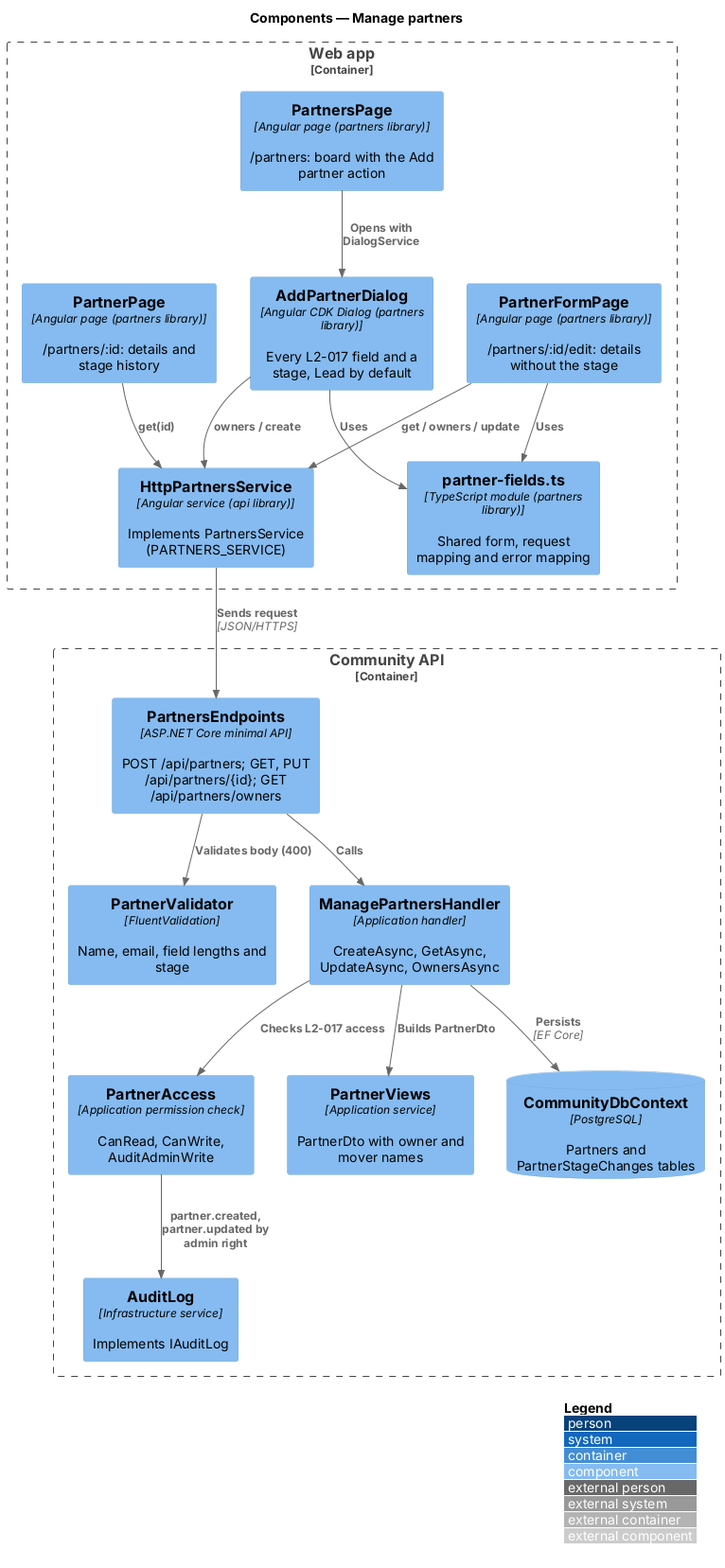
Earlier version of the PlantUML export docs/detailed-designs/partners/manage-partners/diagrams/c4-component.png (QuinntyneBrown/quinntyne-brown). Its diagram source:
```plantuml
@startuml
!include <C4/C4_Component>
LAYOUT_WITH_LEGEND()
title Components — Manage partners
Container_Boundary(web, "Web app") {
  Component(board, "PartnersPage", "Angular page (partners library)", "/partners: board with the Add partner action")
  Component(dlg, "AddPartnerDialog", "Angular CDK Dialog (partners library)", "Every L2-017 field and a stage, Lead by default")
  Component(page, "PartnerPage", "Angular page (partners library)", "/partners/:id: details and stage history")
  Component(form, "PartnerFormPage", "Angular page (partners library)", "/partners/:id/edit: details without the stage")
  Component(fields, "partner-fields.ts", "TypeScript module (partners library)", "Shared form, request mapping and error mapping")
  Component(svc, "HttpPartnersService", "Angular service (api library)", "Implements PartnersService (PARTNERS_SERVICE)")
}
Container_Boundary(api, "Community API") {
  Component(ep, "PartnersEndpoints", "ASP.NET Core minimal API", "POST /api/partners; GET, PUT /api/partners/{id}; GET /api/partners/owners")
  Component(val, "PartnerValidator", "FluentValidation", "Name, email, field lengths and stage")
  Component(h, "ManagePartnersHandler", "Application handler", "CreateAsync, GetAsync, UpdateAsync, OwnersAsync")
  Component(acc, "PartnerAccess", "Application permission check", "CanRead, CanWrite, AuditAdminWrite")
  Component(views, "PartnerViews", "Application service", "PartnerDto with owner and mover names")
  Component(audit, "AuditLog", "Infrastructure service", "Implements IAuditLog")
  ComponentDb(db, "CommunityDbContext", "PostgreSQL", "Partners and PartnerStageChanges tables")
}
Rel(board, dlg, "Opens with DialogService")
Rel(dlg, fields, "Uses")
Rel(form, fields, "Uses")
Rel(dlg, svc, "owners / create")
Rel(page, svc, "get(id)")
Rel(form, svc, "get / owners / update")
Rel(svc, ep, "Sends request", "JSON/HTTPS")
Rel(ep, val, "Validates body (400)")
Rel(ep, h, "Calls")
Rel(h, acc, "Checks L2-017 access")
Rel(h, views, "Builds PartnerDto")
Rel(acc, audit, "partner.created, partner.updated by admin right")
Rel(h, db, "Persists", "EF Core")
@enduml
```
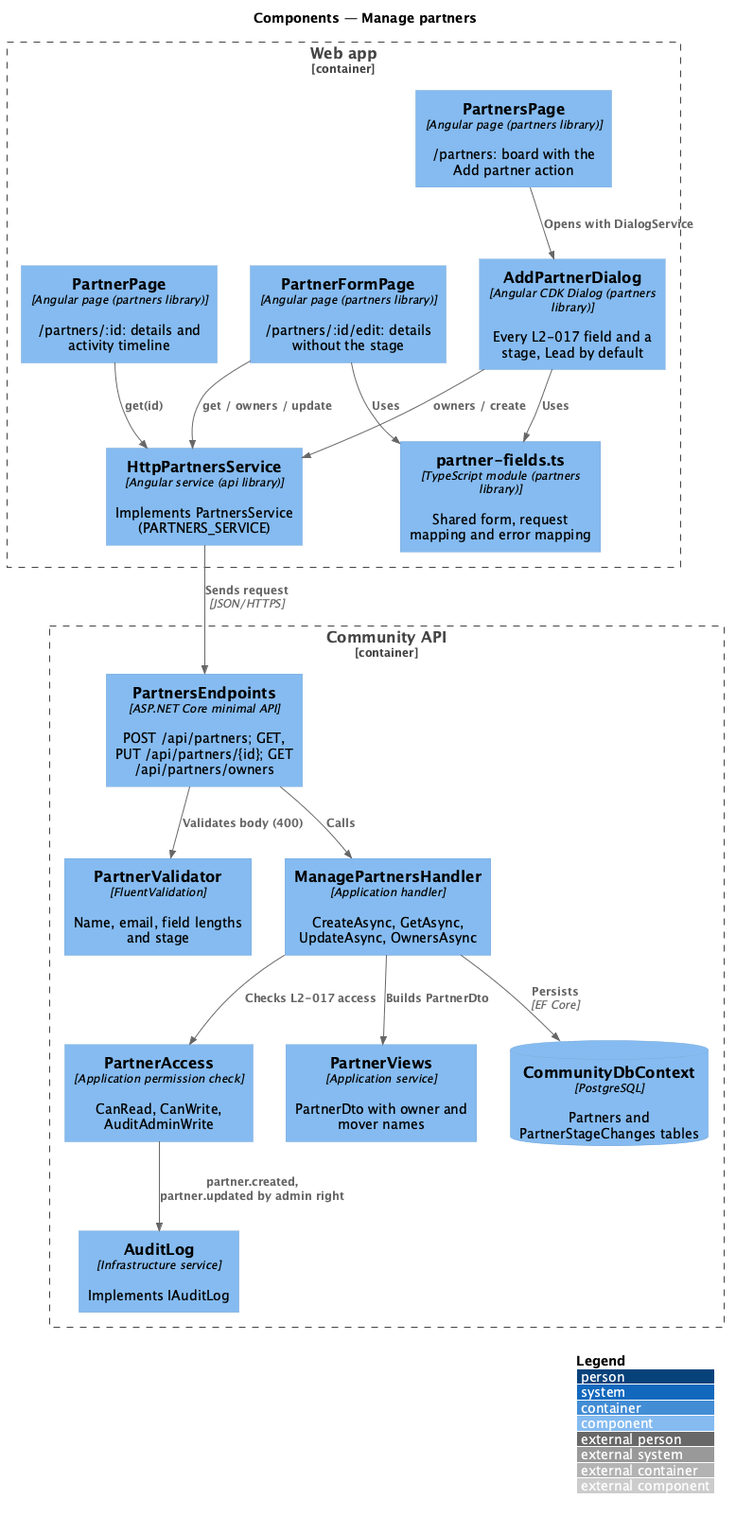
Later version of the same file.

Change to the diagram source:
```diff
@@ -5,7 +5,7 @@
 Container_Boundary(web, "Web app") {
   Component(board, "PartnersPage", "Angular page (partners library)", "/partners: board with the Add partner action")
   Component(dlg, "AddPartnerDialog", "Angular CDK Dialog (partners library)", "Every L2-017 field and a stage, Lead by default")
-  Component(page, "PartnerPage", "Angular page (partners library)", "/partners/:id: details and stage history")
+  Component(page, "PartnerPage", "Angular page (partners library)", "/partners/:id: details and activity timeline")
   Component(form, "PartnerFormPage", "Angular page (partners library)", "/partners/:id/edit: details without the stage")
   Component(fields, "partner-fields.ts", "TypeScript module (partners library)", "Shared form, request mapping and error mapping")
   Component(svc, "HttpPartnersService", "Angular service (api library)", "Implements PartnersService (PARTNERS_SERVICE)")
```
